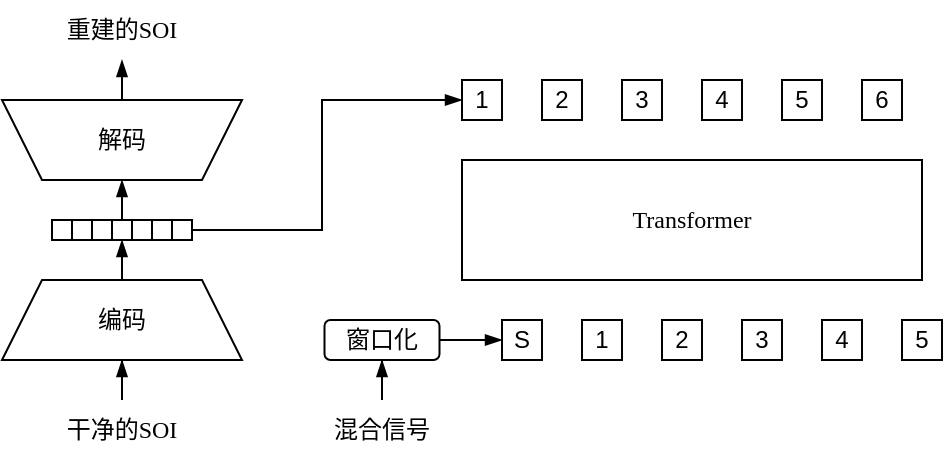
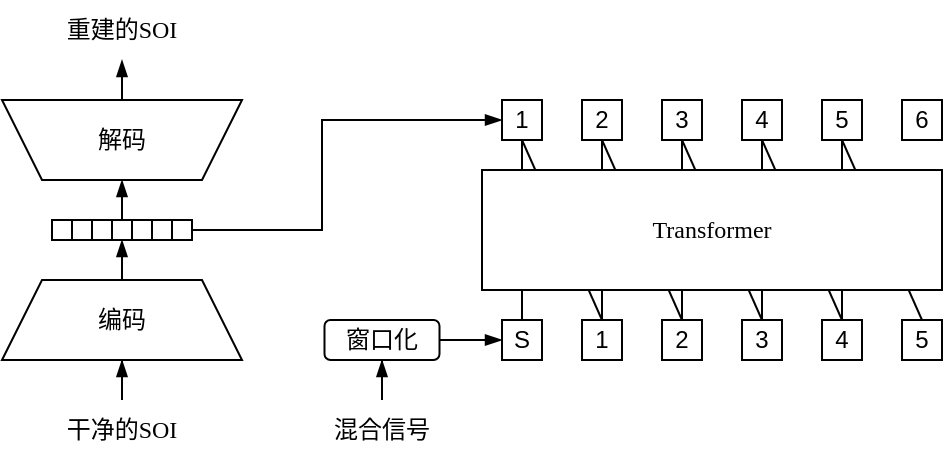
<mxfile host="app.diagrams.net">
  <diagram name="第 1 页" id="cCrEyTV5gP5EHja_2jYc">
-     <mxGraphModel dx="635" dy="408" grid="1" gridSize="10" guides="1" tooltips="1" connect="1" arrows="1" fold="1" page="1" pageScale="1" pageWidth="827" pageHeight="1169" math="1" shadow="0">
+     <mxGraphModel dx="757" dy="487" grid="1" gridSize="10" guides="1" tooltips="1" connect="1" arrows="1" fold="1" page="1" pageScale="1" pageWidth="827" pageHeight="1169" math="1" shadow="0">
      <root>
        <mxCell id="0" />
        <mxCell id="1" parent="0" />
+         <mxCell id="ShJkawijGFaRfHmnaU1B-142" edge="1" parent="1" style="rounded=0;orthogonalLoop=1;jettySize=auto;html=1;entryX=0.5;entryY=0;entryDx=0;entryDy=0;endArrow=none;endFill=0;exitX=0.5;exitY=1;exitDx=0;exitDy=0;">
+           <mxGeometry relative="1" as="geometry">
+             <mxPoint x="420" y="140" as="sourcePoint" />
+             <mxPoint x="460" y="230" as="targetPoint" />
+           </mxGeometry>
+         </mxCell>
+         <mxCell id="ShJkawijGFaRfHmnaU1B-143" edge="1" parent="1" style="edgeStyle=orthogonalEdgeStyle;rounded=0;orthogonalLoop=1;jettySize=auto;html=1;entryX=0.5;entryY=1;entryDx=0;entryDy=0;endArrow=none;endFill=0;">
+           <mxGeometry relative="1" as="geometry">
+             <mxPoint x="420" y="230" as="sourcePoint" />
+             <mxPoint x="420" y="140" as="targetPoint" />
+           </mxGeometry>
+         </mxCell>
+         <mxCell id="ShJkawijGFaRfHmnaU1B-144" edge="1" parent="1" style="rounded=0;orthogonalLoop=1;jettySize=auto;html=1;entryX=0.5;entryY=0;entryDx=0;entryDy=0;endArrow=none;endFill=0;exitX=0.5;exitY=1;exitDx=0;exitDy=0;">
+           <mxGeometry relative="1" as="geometry">
+             <mxPoint x="460" y="140" as="sourcePoint" />
+             <mxPoint x="500" y="230" as="targetPoint" />
+           </mxGeometry>
+         </mxCell>
+         <mxCell id="ShJkawijGFaRfHmnaU1B-145" edge="1" parent="1" style="edgeStyle=orthogonalEdgeStyle;rounded=0;orthogonalLoop=1;jettySize=auto;html=1;entryX=0.5;entryY=1;entryDx=0;entryDy=0;endArrow=none;endFill=0;">
+           <mxGeometry relative="1" as="geometry">
+             <mxPoint x="460" y="230" as="sourcePoint" />
+             <mxPoint x="460" y="140" as="targetPoint" />
+           </mxGeometry>
+         </mxCell>
+         <mxCell id="ShJkawijGFaRfHmnaU1B-146" edge="1" parent="1" style="rounded=0;orthogonalLoop=1;jettySize=auto;html=1;entryX=0.5;entryY=0;entryDx=0;entryDy=0;endArrow=none;endFill=0;exitX=0.5;exitY=1;exitDx=0;exitDy=0;">
+           <mxGeometry relative="1" as="geometry">
+             <mxPoint x="500" y="140" as="sourcePoint" />
+             <mxPoint x="540" y="230" as="targetPoint" />
+           </mxGeometry>
+         </mxCell>
+         <mxCell id="ShJkawijGFaRfHmnaU1B-147" edge="1" parent="1" style="edgeStyle=orthogonalEdgeStyle;rounded=0;orthogonalLoop=1;jettySize=auto;html=1;entryX=0.5;entryY=1;entryDx=0;entryDy=0;endArrow=none;endFill=0;">
+           <mxGeometry relative="1" as="geometry">
+             <mxPoint x="500" y="230" as="sourcePoint" />
+             <mxPoint x="500" y="140" as="targetPoint" />
+           </mxGeometry>
+         </mxCell>
+         <mxCell id="ShJkawijGFaRfHmnaU1B-148" edge="1" parent="1" style="rounded=0;orthogonalLoop=1;jettySize=auto;html=1;entryX=0.5;entryY=0;entryDx=0;entryDy=0;endArrow=none;endFill=0;exitX=0.5;exitY=1;exitDx=0;exitDy=0;">
+           <mxGeometry relative="1" as="geometry">
+             <mxPoint x="540" y="140" as="sourcePoint" />
+             <mxPoint x="580" y="230" as="targetPoint" />
+           </mxGeometry>
+         </mxCell>
+         <mxCell id="ShJkawijGFaRfHmnaU1B-149" edge="1" parent="1" style="edgeStyle=orthogonalEdgeStyle;rounded=0;orthogonalLoop=1;jettySize=auto;html=1;entryX=0.5;entryY=1;entryDx=0;entryDy=0;endArrow=none;endFill=0;">
+           <mxGeometry relative="1" as="geometry">
+             <mxPoint x="540" y="230" as="sourcePoint" />
+             <mxPoint x="540" y="140" as="targetPoint" />
+           </mxGeometry>
+         </mxCell>
+         <mxCell id="ShJkawijGFaRfHmnaU1B-141" edge="1" parent="1" source="ShJkawijGFaRfHmnaU1B-127" style="rounded=0;orthogonalLoop=1;jettySize=auto;html=1;entryX=0.5;entryY=0;entryDx=0;entryDy=0;endArrow=none;endFill=0;exitX=0.5;exitY=1;exitDx=0;exitDy=0;" target="ShJkawijGFaRfHmnaU1B-133">
+           <mxGeometry relative="1" as="geometry" />
+         </mxCell>
+         <mxCell id="ShJkawijGFaRfHmnaU1B-140" edge="1" parent="1" source="ShJkawijGFaRfHmnaU1B-139" style="edgeStyle=orthogonalEdgeStyle;rounded=0;orthogonalLoop=1;jettySize=auto;html=1;entryX=0.5;entryY=1;entryDx=0;entryDy=0;endArrow=none;endFill=0;" target="ShJkawijGFaRfHmnaU1B-127">
+           <mxGeometry relative="1" as="geometry" />
+         </mxCell>
        <mxCell id="ShJkawijGFaRfHmnaU1B-4" parent="1" style="rounded=0;whiteSpace=wrap;html=1;fontFamily=Times New Roman;fontSize=12;" value="&lt;font&gt;Transformer&lt;/font&gt;" vertex="1">
-           <mxGeometry height="60" width="230" x="350" y="150" as="geometry" />
+           <mxGeometry height="60" width="230" x="360" y="155" as="geometry" />
        </mxCell>
        <mxCell id="ShJkawijGFaRfHmnaU1B-117" edge="1" parent="1" source="ShJkawijGFaRfHmnaU1B-84" style="edgeStyle=orthogonalEdgeStyle;rounded=0;orthogonalLoop=1;jettySize=auto;html=1;entryX=0.5;entryY=1;entryDx=0;entryDy=0;endArrow=blockThin;endFill=1;fontFamily=Times New Roman;" target="ShJkawijGFaRfHmnaU1B-118">
          <mxGeometry relative="1" as="geometry">
            <mxPoint x="310" y="250" as="targetPoint" />
          </mxGeometry>
        </mxCell>
        <mxCell id="ShJkawijGFaRfHmnaU1B-84" parent="1" style="text;html=1;whiteSpace=wrap;strokeColor=none;fillColor=none;align=center;verticalAlign=middle;rounded=0;fontFamily=Times New Roman;fontSize=12;" value="混合信号" vertex="1">
          <mxGeometry height="30" width="60" x="280" y="270" as="geometry" />
        </mxCell>
        <mxCell id="ShJkawijGFaRfHmnaU1B-101" parent="1" style="shape=trapezoid;perimeter=trapezoidPerimeter;whiteSpace=wrap;html=1;fixedSize=1;fontFamily=Times New Roman;" value="编码" vertex="1">
          <mxGeometry height="40" width="120" x="120" y="210" as="geometry" />
        </mxCell>
        <mxCell id="ShJkawijGFaRfHmnaU1B-102" parent="1" style="shape=trapezoid;perimeter=trapezoidPerimeter;whiteSpace=wrap;html=1;fixedSize=1;rotation=-180;fontFamily=Times New Roman;" value="" vertex="1">
          <mxGeometry height="40" width="120" x="120" y="120" as="geometry" />
        </mxCell>
-         <mxCell id="ShJkawijGFaRfHmnaU1B-116" edge="1" parent="1" source="ShJkawijGFaRfHmnaU1B-103" style="edgeStyle=orthogonalEdgeStyle;rounded=0;orthogonalLoop=1;jettySize=auto;html=1;entryX=0.5;entryY=1;entryDx=0;entryDy=0;endArrow=blockThin;endFill=1;fontFamily=Times New Roman;">
+         <mxCell id="ShJkawijGFaRfHmnaU1B-116" edge="1" parent="1" source="ShJkawijGFaRfHmnaU1B-103" style="edgeStyle=orthogonalEdgeStyle;rounded=0;orthogonalLoop=1;jettySize=auto;html=1;entryX=0;entryY=0.5;entryDx=0;entryDy=0;endArrow=blockThin;endFill=1;fontFamily=Times New Roman;" target="ShJkawijGFaRfHmnaU1B-127">
          <mxGeometry relative="1" as="geometry">
            <Array as="points">
              <mxPoint x="280" y="185" />
-               <mxPoint x="280" y="120" />
+               <mxPoint x="280" y="130" />
            </Array>
            <mxPoint x="350" y="120" as="targetPoint" />
          </mxGeometry>
        </mxCell>
        <mxCell id="ShJkawijGFaRfHmnaU1B-103" parent="1" style="rounded=0;whiteSpace=wrap;html=1;rotation=90;fontFamily=Times New Roman;fontSize=12;" value="" vertex="1">
          <mxGeometry height="10" width="10" x="205" y="180" as="geometry" />
        </mxCell>
        <mxCell id="ShJkawijGFaRfHmnaU1B-104" parent="1" style="rounded=0;whiteSpace=wrap;html=1;rotation=90;fontFamily=Times New Roman;fontSize=12;" value="" vertex="1">
          <mxGeometry height="10" width="10" x="195" y="180" as="geometry" />
        </mxCell>
        <mxCell id="ShJkawijGFaRfHmnaU1B-105" parent="1" style="rounded=0;whiteSpace=wrap;html=1;rotation=90;fontFamily=Times New Roman;fontSize=12;" value="" vertex="1">
          <mxGeometry height="10" width="10" x="185" y="180" as="geometry" />
        </mxCell>
        <mxCell id="ShJkawijGFaRfHmnaU1B-106" parent="1" style="rounded=0;whiteSpace=wrap;html=1;rotation=90;fontFamily=Times New Roman;fontSize=12;" value="" vertex="1">
          <mxGeometry height="10" width="10" x="175" y="180" as="geometry" />
        </mxCell>
        <mxCell id="ShJkawijGFaRfHmnaU1B-107" parent="1" style="rounded=0;whiteSpace=wrap;html=1;rotation=90;fontFamily=Times New Roman;fontSize=12;" value="" vertex="1">
          <mxGeometry height="10" width="10" x="165" y="180" as="geometry" />
        </mxCell>
        <mxCell id="ShJkawijGFaRfHmnaU1B-108" parent="1" style="rounded=0;whiteSpace=wrap;html=1;rotation=90;fontFamily=Times New Roman;fontSize=12;" value="" vertex="1">
          <mxGeometry height="10" width="10" x="155" y="180" as="geometry" />
        </mxCell>
        <mxCell id="ShJkawijGFaRfHmnaU1B-109" parent="1" style="rounded=0;whiteSpace=wrap;html=1;rotation=90;fontFamily=Times New Roman;fontSize=12;" value="" vertex="1">
          <mxGeometry height="10" width="10" x="145" y="180" as="geometry" />
        </mxCell>
        <mxCell id="ShJkawijGFaRfHmnaU1B-112" edge="1" parent="1" source="ShJkawijGFaRfHmnaU1B-110" style="edgeStyle=orthogonalEdgeStyle;rounded=0;orthogonalLoop=1;jettySize=auto;html=1;entryX=0.5;entryY=1;entryDx=0;entryDy=0;endArrow=blockThin;endFill=1;fontFamily=Times New Roman;" target="ShJkawijGFaRfHmnaU1B-101">
          <mxGeometry relative="1" as="geometry" />
        </mxCell>
        <mxCell id="ShJkawijGFaRfHmnaU1B-110" parent="1" style="text;html=1;whiteSpace=wrap;strokeColor=none;fillColor=none;align=center;verticalAlign=middle;rounded=0;fontFamily=Times New Roman;fontSize=12;" value="干净的SOI" vertex="1">
          <mxGeometry height="30" width="60" x="150" y="270" as="geometry" />
        </mxCell>
        <mxCell id="ShJkawijGFaRfHmnaU1B-111" parent="1" style="text;html=1;whiteSpace=wrap;strokeColor=none;fillColor=none;align=center;verticalAlign=middle;rounded=0;fontFamily=Times New Roman;fontSize=12;" value="重建的SOI" vertex="1">
          <mxGeometry height="30" width="60" x="150" y="70" as="geometry" />
        </mxCell>
        <mxCell id="ShJkawijGFaRfHmnaU1B-113" edge="1" parent="1" source="ShJkawijGFaRfHmnaU1B-101" style="edgeStyle=orthogonalEdgeStyle;rounded=0;orthogonalLoop=1;jettySize=auto;html=1;entryX=1;entryY=0.5;entryDx=0;entryDy=0;endArrow=blockThin;endFill=1;exitX=0.5;exitY=0;exitDx=0;exitDy=0;fontFamily=Times New Roman;" target="ShJkawijGFaRfHmnaU1B-106">
          <mxGeometry relative="1" as="geometry">
            <mxPoint x="290" y="230" as="sourcePoint" />
            <mxPoint x="290" y="210" as="targetPoint" />
          </mxGeometry>
        </mxCell>
        <mxCell id="ShJkawijGFaRfHmnaU1B-114" edge="1" parent="1" style="edgeStyle=orthogonalEdgeStyle;rounded=0;orthogonalLoop=1;jettySize=auto;html=1;entryX=0.5;entryY=0;entryDx=0;entryDy=0;endArrow=blockThin;endFill=1;fontFamily=Times New Roman;" target="ShJkawijGFaRfHmnaU1B-102">
          <mxGeometry relative="1" as="geometry">
            <mxPoint x="180" y="180" as="sourcePoint" />
            <mxPoint x="270" y="160" as="targetPoint" />
          </mxGeometry>
        </mxCell>
        <mxCell id="ShJkawijGFaRfHmnaU1B-115" edge="1" parent="1" source="ShJkawijGFaRfHmnaU1B-102" style="edgeStyle=orthogonalEdgeStyle;rounded=0;orthogonalLoop=1;jettySize=auto;html=1;entryX=0.5;entryY=1;entryDx=0;entryDy=0;endArrow=blockThin;endFill=1;exitX=0.5;exitY=1;exitDx=0;exitDy=0;fontFamily=Times New Roman;" target="ShJkawijGFaRfHmnaU1B-111">
          <mxGeometry relative="1" as="geometry">
            <mxPoint x="280" y="80" as="sourcePoint" />
            <mxPoint x="280" y="60" as="targetPoint" />
          </mxGeometry>
        </mxCell>
        <mxCell id="ShJkawijGFaRfHmnaU1B-126" edge="1" parent="1" source="ShJkawijGFaRfHmnaU1B-118" style="edgeStyle=orthogonalEdgeStyle;rounded=0;orthogonalLoop=1;jettySize=auto;html=1;entryX=0.5;entryY=1;entryDx=0;entryDy=0;endArrow=blockThin;endFill=1;">
          <mxGeometry relative="1" as="geometry">
            <mxPoint x="370" y="240" as="targetPoint" />
          </mxGeometry>
        </mxCell>
        <mxCell id="ShJkawijGFaRfHmnaU1B-118" parent="1" style="rounded=1;whiteSpace=wrap;html=1;fontFamily=Times New Roman;" value="&lt;font&gt;窗口化&lt;/font&gt;" vertex="1">
          <mxGeometry height="20" width="57.5" x="281.25" y="230" as="geometry" />
        </mxCell>
        <mxCell id="ShJkawijGFaRfHmnaU1B-125" parent="1" style="text;html=1;whiteSpace=wrap;strokeColor=none;fillColor=none;align=center;verticalAlign=middle;rounded=0;fontFamily=Times New Roman;" value="解码" vertex="1">
          <mxGeometry height="30" width="60" x="150" y="125" as="geometry" />
        </mxCell>
        <mxCell id="ShJkawijGFaRfHmnaU1B-127" parent="1" style="rounded=0;whiteSpace=wrap;html=1;" value="1" vertex="1">
-           <mxGeometry height="20" width="20" x="350" y="110" as="geometry" />
+           <mxGeometry height="20" width="20" x="370" y="120" as="geometry" />
        </mxCell>
        <mxCell id="ShJkawijGFaRfHmnaU1B-128" parent="1" style="rounded=0;whiteSpace=wrap;html=1;" value="2" vertex="1">
-           <mxGeometry height="20" width="20" x="390" y="110" as="geometry" />
+           <mxGeometry height="20" width="20" x="410" y="120" as="geometry" />
        </mxCell>
        <mxCell id="ShJkawijGFaRfHmnaU1B-129" parent="1" style="rounded=0;whiteSpace=wrap;html=1;" value="3" vertex="1">
-           <mxGeometry height="20" width="20" x="430" y="110" as="geometry" />
+           <mxGeometry height="20" width="20" x="450" y="120" as="geometry" />
        </mxCell>
        <mxCell id="ShJkawijGFaRfHmnaU1B-130" parent="1" style="rounded=0;whiteSpace=wrap;html=1;" value="4" vertex="1">
-           <mxGeometry height="20" width="20" x="470" y="110" as="geometry" />
+           <mxGeometry height="20" width="20" x="490" y="120" as="geometry" />
        </mxCell>
        <mxCell id="ShJkawijGFaRfHmnaU1B-131" parent="1" style="rounded=0;whiteSpace=wrap;html=1;" value="5" vertex="1">
-           <mxGeometry height="20" width="20" x="510" y="110" as="geometry" />
+           <mxGeometry height="20" width="20" x="530" y="120" as="geometry" />
        </mxCell>
        <mxCell id="ShJkawijGFaRfHmnaU1B-132" parent="1" style="rounded=0;whiteSpace=wrap;html=1;" value="6" vertex="1">
-           <mxGeometry height="20" width="20" x="550" y="110" as="geometry" />
+           <mxGeometry height="20" width="20" x="570" y="120" as="geometry" />
        </mxCell>
        <mxCell id="ShJkawijGFaRfHmnaU1B-133" parent="1" style="rounded=0;whiteSpace=wrap;html=1;" value="1" vertex="1">
          <mxGeometry height="20" width="20" x="410" y="230" as="geometry" />
        </mxCell>
        <mxCell id="ShJkawijGFaRfHmnaU1B-134" parent="1" style="rounded=0;whiteSpace=wrap;html=1;" value="2" vertex="1">
          <mxGeometry height="20" width="20" x="450" y="230" as="geometry" />
        </mxCell>
        <mxCell id="ShJkawijGFaRfHmnaU1B-135" parent="1" style="rounded=0;whiteSpace=wrap;html=1;" value="3" vertex="1">
          <mxGeometry height="20" width="20" x="490" y="230" as="geometry" />
        </mxCell>
        <mxCell id="ShJkawijGFaRfHmnaU1B-136" parent="1" style="rounded=0;whiteSpace=wrap;html=1;" value="4" vertex="1">
          <mxGeometry height="20" width="20" x="530" y="230" as="geometry" />
        </mxCell>
        <mxCell id="ShJkawijGFaRfHmnaU1B-137" parent="1" style="rounded=0;whiteSpace=wrap;html=1;" value="5" vertex="1">
          <mxGeometry height="20" width="20" x="570" y="230" as="geometry" />
        </mxCell>
        <mxCell id="ShJkawijGFaRfHmnaU1B-139" parent="1" style="rounded=0;whiteSpace=wrap;html=1;" value="S" vertex="1">
          <mxGeometry height="20" width="20" x="370" y="230" as="geometry" />
        </mxCell>
      </root>
    </mxGraphModel>
  </diagram>
</mxfile>
